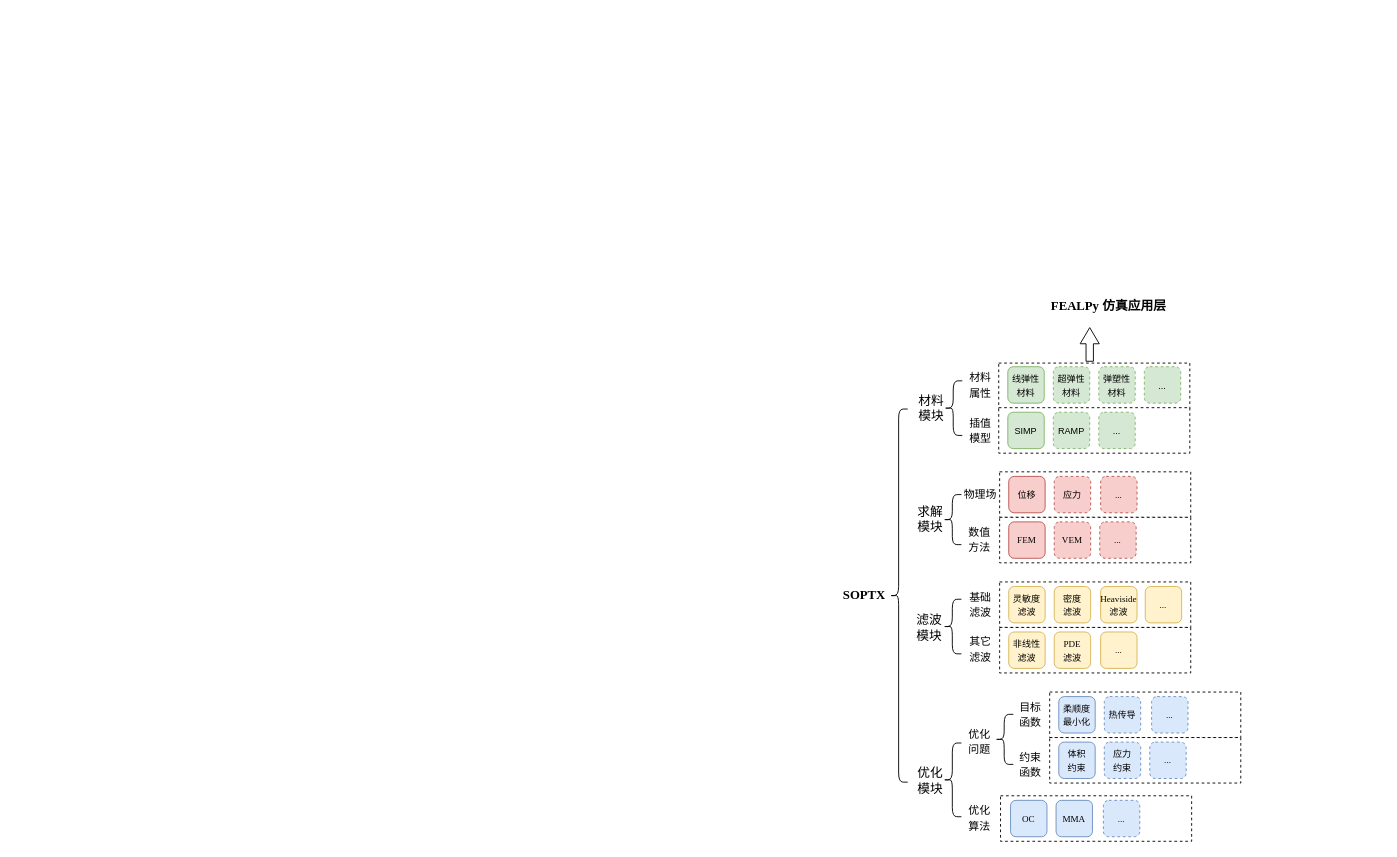
Before: drawio/soptx_structure_ch.drawio in brighthe/hlthesis, a draw.io diagram. Source tidied: cells renumbered, new cells numbered last; positions are measured from the earlier drawing's top-left corner, leaving out a move shared by most shapes. Both pictures are drawn from the tidied source at 91%, with x=0, y=0 at pixel (832, 288).
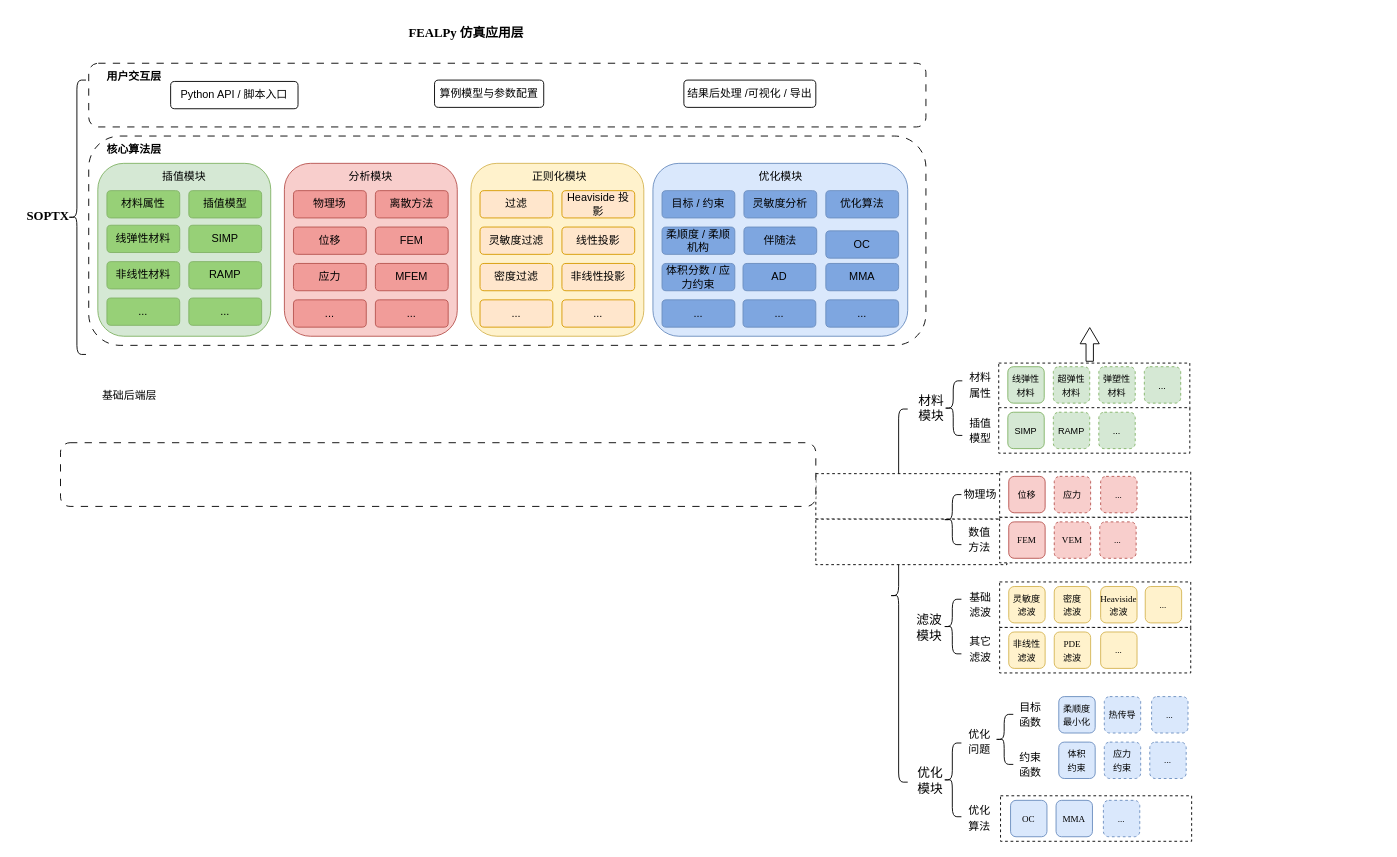
After the change.

Change to the diagram source:
```diff
@@
+    <mxCell id="5" value="FEALPy 仿真应用层" style="rounded=0;whiteSpace=wrap;html=1;fontFamily=Times New Roman;fontSize=14;fontStyle=1;dashed=1;strokeColor=none;" parent="1" vertex="1">
+      <mxGeometry x="-817" y="-300" width="830" height="40" as="geometry" />
+    </mxCell>
+    <mxCell id="65" style="rounded=1;whiteSpace=wrap;html=1;dashed=1;dashPattern=8 8;" parent="1" vertex="1">
+      <mxGeometry x="-817" y="-248" width="920" height="70" as="geometry" />
+    </mxCell>
+    <mxCell id="66" value="&lt;b&gt;用户交互层&lt;/b&gt;" style="text;html=1;whiteSpace=wrap;strokeColor=none;fillColor=none;align=center;verticalAlign=middle;rounded=0;" parent="1" vertex="1">
+      <mxGeometry x="-807" y="-248" width="80" height="30" as="geometry" />
+    </mxCell>
+    <mxCell id="67" value="Python API / 脚本入口" style="rounded=1;whiteSpace=wrap;html=1;" parent="1" vertex="1">
+      <mxGeometry x="-727" y="-228" width="140" height="30" as="geometry" />
+    </mxCell>
+    <mxCell id="68" value="算例模型与参数配置" style="rounded=1;whiteSpace=wrap;html=1;" parent="1" vertex="1">
+      <mxGeometry x="-437" y="-229.5" width="120" height="30" as="geometry" />
+    </mxCell>
+    <mxCell id="69" value="结果后处理 /可视化 / 导出" style="rounded=1;whiteSpace=wrap;html=1;" parent="1" vertex="1">
+      <mxGeometry x="-163" y="-229.5" width="145" height="30" as="geometry" />
+    </mxCell>
+    <mxCell id="70" style="rounded=1;whiteSpace=wrap;html=1;dashed=1;dashPattern=8 8;glass=0;shadow=0;" parent="1" vertex="1">
+      <mxGeometry x="-817" y="-168" width="920" height="230" as="geometry" />
+    </mxCell>
+    <mxCell id="71" value="&lt;b&gt;核心算法层&lt;/b&gt;" style="text;html=1;whiteSpace=wrap;strokeColor=none;fillColor=none;align=center;verticalAlign=middle;rounded=0;" parent="1" vertex="1">
+      <mxGeometry x="-807" y="-168" width="80" height="30" as="geometry" />
+    </mxCell>
+    <mxCell id="72" style="rounded=1;whiteSpace=wrap;html=1;fillColor=#D5E8D4;strokeColor=#82b366;" parent="1" vertex="1">
+      <mxGeometry x="-807" y="-138" width="190" height="190" as="geometry" />
+    </mxCell>
+    <mxCell id="73" value="插值模块" style="text;html=1;whiteSpace=wrap;strokeColor=none;fillColor=none;align=center;verticalAlign=middle;rounded=0;" parent="1" vertex="1">
+      <mxGeometry x="-742" y="-138" width="60" height="30" as="geometry" />
+    </mxCell>
+    <mxCell id="74" value="线弹性材料" style="rounded=1;whiteSpace=wrap;html=1;fillColor=#97D077;strokeColor=#82b366;" parent="1" vertex="1">
+      <mxGeometry x="-797" y="-70" width="80" height="30" as="geometry" />
+    </mxCell>
+    <mxCell id="75" value="非线性材料" style="rounded=1;whiteSpace=wrap;html=1;fillColor=#97D077;strokeColor=#82b366;" parent="1" vertex="1">
+      <mxGeometry x="-797" y="-30" width="80" height="30" as="geometry" />
+    </mxCell>
+    <mxCell id="76" value="SIMP" style="rounded=1;whiteSpace=wrap;html=1;fillColor=#97D077;strokeColor=#82b366;" parent="1" vertex="1">
+      <mxGeometry x="-707" y="-70" width="80" height="30" as="geometry" />
+    </mxCell>
+    <mxCell id="77" value="..." style="rounded=1;whiteSpace=wrap;html=1;fillColor=#97D077;strokeColor=#82b366;" parent="1" vertex="1">
+      <mxGeometry x="-797" y="10" width="80" height="30" as="geometry" />
+    </mxCell>
+    <mxCell id="78" style="rounded=1;whiteSpace=wrap;html=1;fillColor=#f8cecc;strokeColor=#b85450;" parent="1" vertex="1">
+      <mxGeometry x="-602" y="-138" width="190" height="190" as="geometry" />
+    </mxCell>
+    <mxCell id="79" value="RAMP" style="rounded=1;whiteSpace=wrap;html=1;fillColor=#97D077;strokeColor=#82b366;" parent="1" vertex="1">
+      <mxGeometry x="-707" y="-30" width="80" height="30" as="geometry" />
+    </mxCell>
+    <mxCell id="80" value="..." style="rounded=1;whiteSpace=wrap;html=1;fillColor=#97D077;strokeColor=#82b366;" parent="1" vertex="1">
+      <mxGeometry x="-707" y="10" width="80" height="30" as="geometry" />
+    </mxCell>
+    <mxCell id="81" value="分析模块" style="text;html=1;whiteSpace=wrap;strokeColor=none;fillColor=none;align=center;verticalAlign=middle;rounded=0;" parent="1" vertex="1">
+      <mxGeometry x="-537" y="-138" width="60" height="30" as="geometry" />
+    </mxCell>
+    <mxCell id="82" value="位移" style="rounded=1;whiteSpace=wrap;html=1;fillColor=#F19C99;strokeColor=#b85450;" parent="1" vertex="1">
+      <mxGeometry x="-592" y="-68" width="80" height="30" as="geometry" />
+    </mxCell>
+    <mxCell id="83" value="应力" style="rounded=1;whiteSpace=wrap;html=1;fillColor=#F19C99;strokeColor=#b85450;" parent="1" vertex="1">
+      <mxGeometry x="-592" y="-28" width="80" height="30" as="geometry" />
+    </mxCell>
+    <mxCell id="84" value="..." style="rounded=1;whiteSpace=wrap;html=1;fillColor=#F19C99;strokeColor=#b85450;" parent="1" vertex="1">
+      <mxGeometry x="-592" y="12" width="80" height="30" as="geometry" />
+    </mxCell>
+    <mxCell id="85" value="FEM" style="rounded=1;whiteSpace=wrap;html=1;fillColor=#F19C99;strokeColor=#b85450;" parent="1" vertex="1">
+      <mxGeometry x="-502" y="-68" width="80" height="30" as="geometry" />
+    </mxCell>
+    <mxCell id="86" value="MFEM" style="rounded=1;whiteSpace=wrap;html=1;fillColor=#F19C99;strokeColor=#b85450;" parent="1" vertex="1">
+      <mxGeometry x="-502" y="-28" width="80" height="30" as="geometry" />
+    </mxCell>
+    <mxCell id="87" value="..." style="rounded=1;whiteSpace=wrap;html=1;fillColor=#F19C99;strokeColor=#b85450;" parent="1" vertex="1">
+      <mxGeometry x="-502" y="12" width="80" height="30" as="geometry" />
+    </mxCell>
+    <mxCell id="88" style="rounded=1;whiteSpace=wrap;html=1;fillColor=#fff2cc;strokeColor=#d6b656;" parent="1" vertex="1">
+      <mxGeometry x="-397" y="-138" width="190" height="190" as="geometry" />
+    </mxCell>
+    <mxCell id="89" value="正则化模块" style="text;html=1;whiteSpace=wrap;strokeColor=none;fillColor=none;align=center;verticalAlign=middle;rounded=0;" parent="1" vertex="1">
+      <mxGeometry x="-332" y="-138" width="65" height="30" as="geometry" />
+    </mxCell>
+    <mxCell id="90" value="灵敏度过滤" style="rounded=1;whiteSpace=wrap;html=1;fillColor=#ffe6cc;strokeColor=#d79b00;" parent="1" vertex="1">
+      <mxGeometry x="-387" y="-68" width="80" height="30" as="geometry" />
+    </mxCell>
+    <mxCell id="91" value="密度过滤" style="rounded=1;whiteSpace=wrap;html=1;fillColor=#ffe6cc;strokeColor=#d79b00;" parent="1" vertex="1">
+      <mxGeometry x="-387" y="-28" width="80" height="30" as="geometry" />
+    </mxCell>
+    <mxCell id="92" value="..." style="rounded=1;whiteSpace=wrap;html=1;fillColor=#ffe6cc;strokeColor=#d79b00;" parent="1" vertex="1">
+      <mxGeometry x="-387" y="12" width="80" height="30" as="geometry" />
+    </mxCell>
+    <mxCell id="93" value="Heaviside 投影" style="rounded=1;whiteSpace=wrap;html=1;fillColor=#ffe6cc;strokeColor=#d79b00;" parent="1" vertex="1">
+      <mxGeometry x="-297" y="-108" width="80" height="30" as="geometry" />
+    </mxCell>
+    <mxCell id="94" value="线性投影" style="rounded=1;whiteSpace=wrap;html=1;fillColor=#ffe6cc;strokeColor=#d79b00;" parent="1" vertex="1">
+      <mxGeometry x="-297" y="-68" width="80" height="30" as="geometry" />
+    </mxCell>
+    <mxCell id="95" value="..." style="rounded=1;whiteSpace=wrap;html=1;fillColor=#ffe6cc;strokeColor=#d79b00;" parent="1" vertex="1">
+      <mxGeometry x="-297" y="12" width="80" height="30" as="geometry" />
+    </mxCell>
+    <mxCell id="8" value="SOPTX" style="text;html=1;align=center;verticalAlign=middle;strokeColor=none;fillColor=none;fontFamily=Times New Roman;fontStyle=1;fontSize=14;" parent="1" vertex="1">
+      <mxGeometry x="-897" y="-93.8" width="70" height="30" as="geometry" />
+    </mxCell>
+    <mxCell id="96" style="rounded=1;whiteSpace=wrap;html=1;fillColor=#dae8fc;strokeColor=#6c8ebf;" parent="1" vertex="1">
+      <mxGeometry x="-197" y="-138" width="280" height="190" as="geometry" />
+    </mxCell>
+    <mxCell id="97" value="优化模块" style="text;html=1;whiteSpace=wrap;strokeColor=none;fillColor=none;align=center;verticalAlign=middle;rounded=0;" parent="1" vertex="1">
+      <mxGeometry x="-89.5" y="-138" width="65" height="30" as="geometry" />
+    </mxCell>
+    <mxCell id="98" value="过滤" style="rounded=1;whiteSpace=wrap;html=1;fillColor=#ffe6cc;strokeColor=#d79b00;" parent="1" vertex="1">
+      <mxGeometry x="-387" y="-108" width="80" height="30" as="geometry" />
+    </mxCell>
+    <mxCell id="99" value="柔顺度 / 柔顺机构" style="rounded=1;whiteSpace=wrap;html=1;fillColor=#7EA6E0;strokeColor=#6c8ebf;" parent="1" vertex="1">
+      <mxGeometry x="-187" y="-68" width="80" height="30" as="geometry" />
+    </mxCell>
+    <mxCell id="100" value="体积分数 / 应力约束" style="rounded=1;whiteSpace=wrap;html=1;fillColor=#7EA6E0;strokeColor=#6c8ebf;" parent="1" vertex="1">
+      <mxGeometry x="-187" y="-28" width="80" height="30" as="geometry" />
+    </mxCell>
+    <mxCell id="101" value="灵敏度分析" style="rounded=1;whiteSpace=wrap;html=1;fillColor=#7EA6E0;strokeColor=#6c8ebf;" parent="1" vertex="1">
+      <mxGeometry x="-97" y="-108" width="80" height="30" as="geometry" />
+    </mxCell>
+    <mxCell id="102" value="伴随法" style="rounded=1;whiteSpace=wrap;html=1;fillColor=#7EA6E0;strokeColor=#6c8ebf;" parent="1" vertex="1">
+      <mxGeometry x="-97" y="-68" width="80" height="30" as="geometry" />
+    </mxCell>
+    <mxCell id="103" value="..." style="rounded=1;whiteSpace=wrap;html=1;fillColor=#7EA6E0;strokeColor=#6c8ebf;" parent="1" vertex="1">
+      <mxGeometry x="-98" y="12" width="80" height="30" as="geometry" />
+    </mxCell>
@@
-    <mxCell id="5" value="FEALPy 仿真应用层" style="rounded=0;whiteSpace=wrap;html=1;fontFamily=Times New Roman;fontSize=14;fontStyle=1;dashed=1;strokeColor=none;" parent="1" vertex="1">
-      <mxGeometry x="4" width="600" height="40" as="geometry" />
-    </mxCell>
@@
-    <mxCell id="8" value="SOPTX" style="text;html=1;align=center;verticalAlign=middle;strokeColor=none;fillColor=none;fontFamily=Times New Roman;fontStyle=1;fontSize=14;" parent="1" vertex="1">
-      <mxGeometry y="322" width="70" height="30" as="geometry" />
-    </mxCell>
@@
     <mxCell id="21" style="rounded=0;whiteSpace=wrap;html=1;fontFamily=Times New Roman;dashed=1;" parent="1" vertex="1">
-      <mxGeometry x="239" y="443" width="210" height="50" as="geometry" />
+      <mxGeometry x="-18" y="203" width="210" height="50" as="geometry" />
     </mxCell>
@@
     <mxCell id="24" style="rounded=0;whiteSpace=wrap;html=1;fontFamily=Times New Roman;dashed=1;" parent="1" vertex="1">
-      <mxGeometry x="239" y="493" width="210" height="50" as="geometry" />
+      <mxGeometry x="-18" y="253" width="210" height="50" as="geometry" />
     </mxCell>
@@
+    <mxCell id="104" style="rounded=1;whiteSpace=wrap;html=1;dashed=1;dashPattern=8 8;" parent="1" vertex="1">
+      <mxGeometry x="-848" y="169" width="830" height="70" as="geometry" />
+    </mxCell>
+    <mxCell id="105" style="shape=curlyBracket;whiteSpace=wrap;html=1;rounded=1;labelPosition=left;verticalLabelPosition=middle;align=right;verticalAlign=middle;" parent="1" vertex="1">
+      <mxGeometry x="-840" y="-229.5" width="20" height="301.5" as="geometry" />
+    </mxCell>
+    <mxCell id="106" value="基础后端层" style="text;html=1;whiteSpace=wrap;strokeColor=none;fillColor=none;align=center;verticalAlign=middle;rounded=0;" parent="1" vertex="1">
+      <mxGeometry x="-817" y="102" width="90" height="30" as="geometry" />
+    </mxCell>
+    <mxCell id="107" value="..." style="rounded=1;whiteSpace=wrap;html=1;fillColor=#7EA6E0;strokeColor=#6c8ebf;" parent="1" vertex="1">
+      <mxGeometry x="-187" y="12" width="80" height="30" as="geometry" />
+    </mxCell>
+    <mxCell id="108" value="AD" style="rounded=1;whiteSpace=wrap;html=1;fillColor=#7EA6E0;strokeColor=#6c8ebf;" parent="1" vertex="1">
+      <mxGeometry x="-98" y="-28" width="80" height="30" as="geometry" />
+    </mxCell>
+    <mxCell id="109" value="优化算法" style="rounded=1;whiteSpace=wrap;html=1;fillColor=#7EA6E0;strokeColor=#6c8ebf;" parent="1" vertex="1">
+      <mxGeometry x="-7" y="-108" width="80" height="30" as="geometry" />
+    </mxCell>
+    <mxCell id="110" value="OC" style="rounded=1;whiteSpace=wrap;html=1;fillColor=#7EA6E0;strokeColor=#6c8ebf;" parent="1" vertex="1">
+      <mxGeometry x="-7" y="-63.8" width="80" height="30" as="geometry" />
+    </mxCell>
+    <mxCell id="111" value="MMA" style="rounded=1;whiteSpace=wrap;html=1;fillColor=#7EA6E0;strokeColor=#6c8ebf;" parent="1" vertex="1">
+      <mxGeometry x="-7" y="-28" width="80" height="30" as="geometry" />
+    </mxCell>
+    <mxCell id="112" value="..." style="rounded=1;whiteSpace=wrap;html=1;fillColor=#7EA6E0;strokeColor=#6c8ebf;" parent="1" vertex="1">
+      <mxGeometry x="-7" y="12" width="80" height="30" as="geometry" />
+    </mxCell>
+    <mxCell id="113" value="非线性投影" style="rounded=1;whiteSpace=wrap;html=1;fillColor=#ffe6cc;strokeColor=#d79b00;" parent="1" vertex="1">
+      <mxGeometry x="-297" y="-28" width="80" height="30" as="geometry" />
+    </mxCell>
+    <mxCell id="114" value="目标 / 约束" style="rounded=1;whiteSpace=wrap;html=1;fillColor=#7EA6E0;strokeColor=#6c8ebf;" parent="1" vertex="1">
+      <mxGeometry x="-187" y="-108" width="80" height="30" as="geometry" />
+    </mxCell>
+    <mxCell id="115" value="材料属性" style="rounded=1;whiteSpace=wrap;html=1;fillColor=#97D077;strokeColor=#82b366;" parent="1" vertex="1">
+      <mxGeometry x="-797" y="-108" width="80" height="30" as="geometry" />
+    </mxCell>
+    <mxCell id="116" value="插值模型" style="rounded=1;whiteSpace=wrap;html=1;fillColor=#97D077;strokeColor=#82b366;" parent="1" vertex="1">
+      <mxGeometry x="-707" y="-108" width="80" height="30" as="geometry" />
+    </mxCell>
+    <mxCell id="117" value="物理场" style="rounded=1;whiteSpace=wrap;html=1;fillColor=#F19C99;strokeColor=#b85450;" parent="1" vertex="1">
+      <mxGeometry x="-592" y="-108" width="80" height="30" as="geometry" />
+    </mxCell>
+    <mxCell id="118" value="离散方法" style="rounded=1;whiteSpace=wrap;html=1;fillColor=#F19C99;strokeColor=#b85450;" parent="1" vertex="1">
+      <mxGeometry x="-502" y="-108" width="80" height="30" as="geometry" />
+    </mxCell>
```
